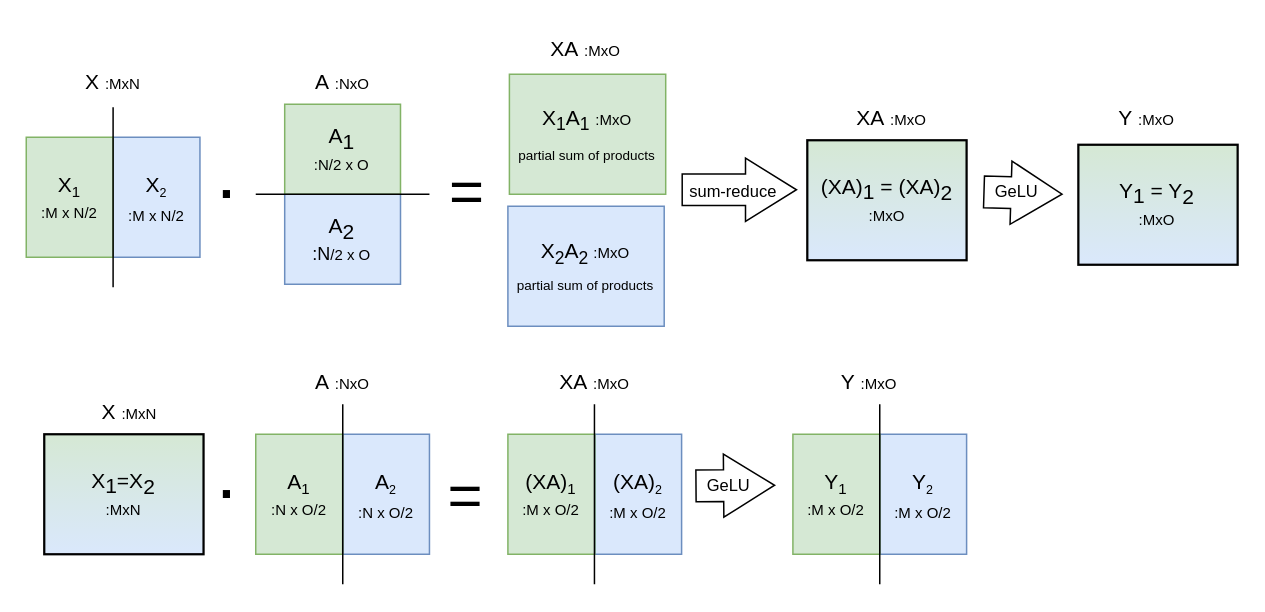
brunomaga/brunomaga.github.io keeps this draw.io diagram as assets/publications/megatron_model_parallel.drawio. Above is the earlier version. Source tidied: cells renumbered, new cells numbered last; positions are measured from the earlier drawing's top-left corner, leaving out a move shared by most shapes. Both pictures are drawn from the tidied source at 150%, with x=0, y=0 at pixel (26, 26).
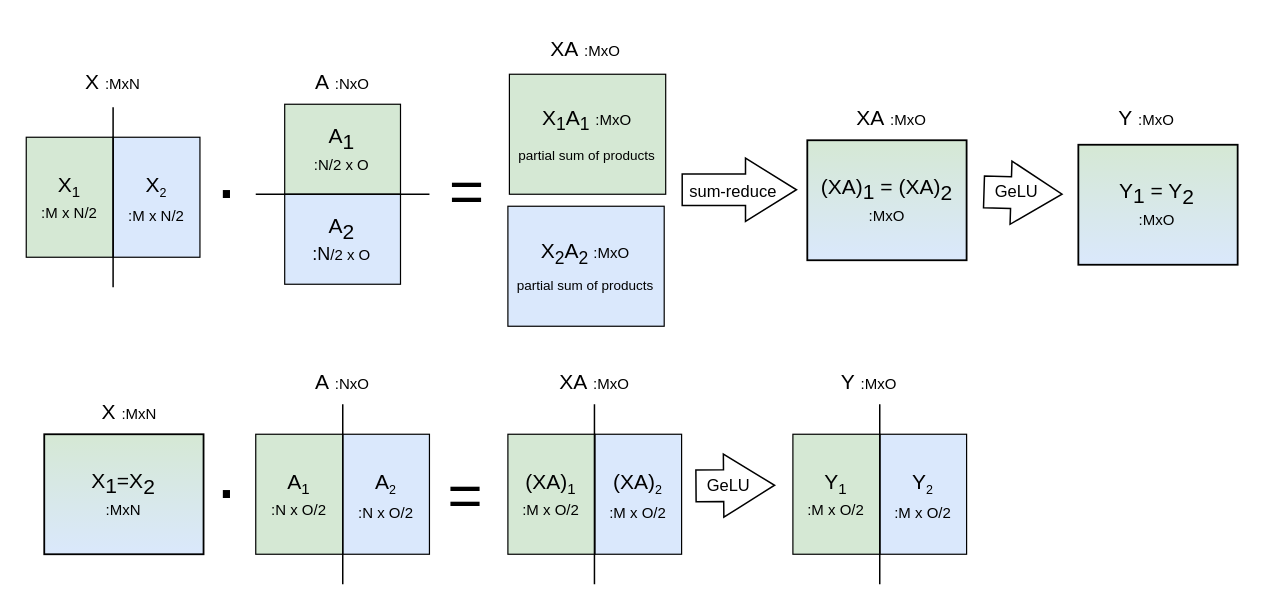
The same diagram, later.

The edit, as a diff of the source:
```diff
@@
-    <mxCell id="2" value="&lt;font style=&quot;border-color: var(--border-color); font-size: 14px;&quot;&gt;A&lt;/font&gt;&lt;sub style=&quot;border-color: var(--border-color);&quot;&gt;&lt;font style=&quot;border-color: var(--border-color);&quot;&gt;&lt;span style=&quot;font-size: 14px;&quot;&gt;2&lt;br&gt;&lt;/span&gt;&lt;/font&gt;&lt;/sub&gt;:N&lt;font style=&quot;border-color: var(--border-color); font-size: 10px;&quot;&gt;/2 x O&lt;/font&gt;" style="rounded=0;whiteSpace=wrap;html=1;fillColor=#dae8fc;strokeColor=#6c8ebf;" parent="1" vertex="1">
+    <mxCell id="2" value="&lt;font style=&quot;border-color: var(--border-color); font-size: 14px;&quot;&gt;A&lt;/font&gt;&lt;sub style=&quot;border-color: var(--border-color);&quot;&gt;&lt;font style=&quot;border-color: var(--border-color);&quot;&gt;&lt;span style=&quot;font-size: 14px;&quot;&gt;2&lt;br&gt;&lt;/span&gt;&lt;/font&gt;&lt;/sub&gt;:N&lt;font style=&quot;border-color: var(--border-color); font-size: 10px;&quot;&gt;/2 x O&lt;/font&gt;" style="rounded=0;whiteSpace=wrap;html=1;fillColor=#dae8fc;strokeColor=#000000;strokeWidth=0.8;" parent="1" vertex="1">
       <mxGeometry x="172.3" y="112" width="77.2" height="60" as="geometry" />
     </mxCell>
-    <mxCell id="3" value="&lt;sub style=&quot;border-color: var(--border-color);&quot;&gt;&lt;font style=&quot;border-color: var(--border-color); font-size: 14px;&quot;&gt;X&lt;/font&gt;&lt;sub style=&quot;border-color: var(--border-color);&quot;&gt;&lt;font style=&quot;border-color: var(--border-color);&quot;&gt;2&lt;br style=&quot;border-color: var(--border-color);&quot;&gt;&lt;/font&gt;&lt;/sub&gt;&lt;font style=&quot;border-color: var(--border-color);&quot;&gt;:M x N/2&lt;/font&gt;&lt;br&gt;&lt;/sub&gt;" style="rounded=0;whiteSpace=wrap;html=1;fillColor=#dae8fc;strokeColor=#6c8ebf;" parent="1" vertex="1">
+    <mxCell id="3" value="&lt;sub style=&quot;border-color: var(--border-color);&quot;&gt;&lt;font style=&quot;border-color: var(--border-color); font-size: 14px;&quot;&gt;X&lt;/font&gt;&lt;sub style=&quot;border-color: var(--border-color);&quot;&gt;&lt;font style=&quot;border-color: var(--border-color);&quot;&gt;2&lt;br style=&quot;border-color: var(--border-color);&quot;&gt;&lt;/font&gt;&lt;/sub&gt;&lt;font style=&quot;border-color: var(--border-color);&quot;&gt;:M x N/2&lt;/font&gt;&lt;br&gt;&lt;/sub&gt;" style="rounded=0;whiteSpace=wrap;html=1;fillColor=#dae8fc;strokeColor=#000000;strokeWidth=0.8;" parent="1" vertex="1">
       <mxGeometry x="57.9" y="74" width="57.9" height="80" as="geometry" />
     </mxCell>
-    <mxCell id="4" value="&lt;font style=&quot;font-size: 14px;&quot;&gt;A&lt;/font&gt;&lt;sub style=&quot;border-color: var(--border-color);&quot;&gt;&lt;font style=&quot;&quot;&gt;&lt;span style=&quot;font-size: 14px;&quot;&gt;1&lt;br&gt;&lt;/span&gt;&lt;/font&gt;&lt;/sub&gt;&lt;font style=&quot;font-size: 10px;&quot;&gt;:N/2 x O&lt;/font&gt;" style="rounded=0;whiteSpace=wrap;html=1;fillColor=#d5e8d4;strokeColor=#82b366;" parent="1" vertex="1">
+    <mxCell id="4" value="&lt;font style=&quot;font-size: 14px;&quot;&gt;A&lt;/font&gt;&lt;sub style=&quot;border-color: var(--border-color);&quot;&gt;&lt;font style=&quot;&quot;&gt;&lt;span style=&quot;font-size: 14px;&quot;&gt;1&lt;br&gt;&lt;/span&gt;&lt;/font&gt;&lt;/sub&gt;&lt;font style=&quot;font-size: 10px;&quot;&gt;:N/2 x O&lt;/font&gt;" style="rounded=0;whiteSpace=wrap;html=1;fillColor=#d5e8d4;strokeColor=#000000;strokeWidth=0.8;" parent="1" vertex="1">
       <mxGeometry x="172.3" y="52" width="77.2" height="60" as="geometry" />
     </mxCell>
@@
-    <mxCell id="6" value="&lt;span style=&quot;border-color: var(--border-color);&quot;&gt;&lt;font style=&quot;border-color: var(--border-color); font-size: 14px;&quot;&gt;X&lt;/font&gt;&lt;sub style=&quot;border-color: var(--border-color);&quot;&gt;&lt;font style=&quot;border-color: var(--border-color);&quot;&gt;1&lt;br style=&quot;border-color: var(--border-color);&quot;&gt;&lt;/font&gt;&lt;/sub&gt;&lt;font style=&quot;border-color: var(--border-color); font-size: 10px;&quot;&gt;:M x N/2&lt;/font&gt;&lt;br&gt;&lt;/span&gt;" style="rounded=0;whiteSpace=wrap;html=1;fillColor=#d5e8d4;strokeColor=#82b366;" parent="1" vertex="1">
+    <mxCell id="6" value="&lt;span style=&quot;border-color: var(--border-color);&quot;&gt;&lt;font style=&quot;border-color: var(--border-color); font-size: 14px;&quot;&gt;X&lt;/font&gt;&lt;sub style=&quot;border-color: var(--border-color);&quot;&gt;&lt;font style=&quot;border-color: var(--border-color);&quot;&gt;1&lt;br style=&quot;border-color: var(--border-color);&quot;&gt;&lt;/font&gt;&lt;/sub&gt;&lt;font style=&quot;border-color: var(--border-color); font-size: 10px;&quot;&gt;:M x N/2&lt;/font&gt;&lt;br&gt;&lt;/span&gt;" style="rounded=0;whiteSpace=wrap;html=1;fillColor=#d5e8d4;strokeColor=#000000;strokeWidth=0.8;" parent="1" vertex="1">
       <mxGeometry y="74" width="57.9" height="80" as="geometry" />
     </mxCell>
@@
-    <mxCell id="10" value="&lt;font style=&quot;font-size: 14px;&quot;&gt;X&lt;sub&gt;1&lt;/sub&gt;A&lt;sub style=&quot;border-color: var(--border-color);&quot;&gt;1&lt;/sub&gt;&lt;/font&gt;&lt;span style=&quot;border-color: var(--border-color); font-size: 14px;&quot;&gt;&lt;font style=&quot;font-size: 14px;&quot;&gt;&amp;nbsp;&lt;font style=&quot;border-color: var(--border-color); font-size: 10px;&quot;&gt;:MxO&lt;/font&gt;&lt;br style=&quot;border-color: var(--border-color);&quot;&gt;&lt;/font&gt;&lt;font style=&quot;vertical-align: sub; font-size: 9px;&quot;&gt;partial sum of products&lt;/font&gt;&lt;/span&gt;" style="rounded=0;whiteSpace=wrap;html=1;fillColor=#d5e8d4;strokeColor=#82b366;" parent="1" vertex="1">
+    <mxCell id="10" value="&lt;font style=&quot;font-size: 14px;&quot;&gt;X&lt;sub&gt;1&lt;/sub&gt;A&lt;sub style=&quot;border-color: var(--border-color);&quot;&gt;1&lt;/sub&gt;&lt;/font&gt;&lt;span style=&quot;border-color: var(--border-color); font-size: 14px;&quot;&gt;&lt;font style=&quot;font-size: 14px;&quot;&gt;&amp;nbsp;&lt;font style=&quot;border-color: var(--border-color); font-size: 10px;&quot;&gt;:MxO&lt;/font&gt;&lt;br style=&quot;border-color: var(--border-color);&quot;&gt;&lt;/font&gt;&lt;font style=&quot;vertical-align: sub; font-size: 9px;&quot;&gt;partial sum of products&lt;/font&gt;&lt;/span&gt;" style="rounded=0;whiteSpace=wrap;html=1;fillColor=#d5e8d4;strokeColor=#000000;strokeWidth=0.8;" parent="1" vertex="1">
       <mxGeometry x="322.1" y="32" width="104.2" height="80" as="geometry" />
     </mxCell>
-    <mxCell id="11" value="&lt;font style=&quot;border-color: var(--border-color); font-size: 14px;&quot;&gt;X&lt;sub&gt;2&lt;/sub&gt;A&lt;sub style=&quot;border-color: var(--border-color);&quot;&gt;2&lt;/sub&gt;&lt;/font&gt;&lt;font style=&quot;border-color: var(--border-color);&quot;&gt;&amp;nbsp;&lt;font style=&quot;border-color: var(--border-color); font-size: 10px;&quot;&gt;:MxO&lt;/font&gt;&lt;br style=&quot;border-color: var(--border-color);&quot;&gt;&lt;/font&gt;&lt;font style=&quot;border-color: var(--border-color); vertical-align: sub; font-size: 9px;&quot;&gt;partial sum of products&lt;/font&gt;" style="rounded=0;whiteSpace=wrap;html=1;fillColor=#dae8fc;strokeColor=#6c8ebf;" parent="1" vertex="1">
+    <mxCell id="11" value="&lt;font style=&quot;border-color: var(--border-color); font-size: 14px;&quot;&gt;X&lt;sub&gt;2&lt;/sub&gt;A&lt;sub style=&quot;border-color: var(--border-color);&quot;&gt;2&lt;/sub&gt;&lt;/font&gt;&lt;font style=&quot;border-color: var(--border-color);&quot;&gt;&amp;nbsp;&lt;font style=&quot;border-color: var(--border-color); font-size: 10px;&quot;&gt;:MxO&lt;/font&gt;&lt;br style=&quot;border-color: var(--border-color);&quot;&gt;&lt;/font&gt;&lt;font style=&quot;border-color: var(--border-color); vertical-align: sub; font-size: 9px;&quot;&gt;partial sum of products&lt;/font&gt;" style="rounded=0;whiteSpace=wrap;html=1;fillColor=#dae8fc;strokeColor=#000000;strokeWidth=0.8;" parent="1" vertex="1">
       <mxGeometry x="321.1" y="120" width="104.2" height="80" as="geometry" />
     </mxCell>
@@
-    <mxCell id="14" value="&lt;font style=&quot;border-color: var(--border-color);&quot;&gt;&lt;span style=&quot;font-size: 14px;&quot;&gt;(XA)&lt;/span&gt;&lt;sub style=&quot;font-size: 14px; border-color: var(--border-color);&quot;&gt;1&amp;nbsp;&lt;/sub&gt;&lt;span style=&quot;font-size: 14px;&quot;&gt;= (XA)&lt;/span&gt;&lt;sub style=&quot;border-color: var(--border-color);&quot;&gt;&lt;span style=&quot;font-size: 14px;&quot;&gt;2&lt;/span&gt;&lt;span style=&quot;font-size: 12px;&quot;&gt;&lt;br&gt;&lt;/span&gt;&lt;/sub&gt;&lt;/font&gt;&lt;font style=&quot;border-color: var(--border-color);&quot;&gt;&lt;font style=&quot;border-color: var(--border-color); font-size: 10px;&quot;&gt;:MxO&lt;/font&gt;&lt;/font&gt;" style="rounded=0;whiteSpace=wrap;html=1;fillColor=#d5e8d4;strokeColor=#000000;gradientColor=#dae8fc;gradientDirection=south;perimeterSpacing=0;strokeWidth=1.5;shadow=0;" parent="1" vertex="1">
+    <mxCell id="14" value="&lt;font style=&quot;border-color: var(--border-color);&quot;&gt;&lt;span style=&quot;font-size: 14px;&quot;&gt;(XA)&lt;/span&gt;&lt;sub style=&quot;font-size: 14px; border-color: var(--border-color);&quot;&gt;1&amp;nbsp;&lt;/sub&gt;&lt;span style=&quot;font-size: 14px;&quot;&gt;= (XA)&lt;/span&gt;&lt;sub style=&quot;border-color: var(--border-color);&quot;&gt;&lt;span style=&quot;font-size: 14px;&quot;&gt;2&lt;/span&gt;&lt;span style=&quot;font-size: 12px;&quot;&gt;&lt;br&gt;&lt;/span&gt;&lt;/sub&gt;&lt;/font&gt;&lt;font style=&quot;border-color: var(--border-color);&quot;&gt;&lt;font style=&quot;border-color: var(--border-color); font-size: 10px;&quot;&gt;:MxO&lt;/font&gt;&lt;/font&gt;" style="rounded=0;whiteSpace=wrap;html=1;fillColor=#d5e8d4;gradientColor=#dae8fc;gradientDirection=south;perimeterSpacing=0;shadow=0;strokeColor=#000000;strokeWidth=1.2;" parent="1" vertex="1">
       <mxGeometry x="520.7" y="76" width="106.2" height="80" as="geometry" />
     </mxCell>
@@
-    <mxCell id="17" value="&lt;font style=&quot;border-color: var(--border-color);&quot;&gt;&lt;span style=&quot;font-size: 14px;&quot;&gt;Y&lt;/span&gt;&lt;sub style=&quot;font-size: 14px; border-color: var(--border-color);&quot;&gt;1&amp;nbsp;&lt;/sub&gt;&lt;span style=&quot;font-size: 14px;&quot;&gt;= Y&lt;/span&gt;&lt;sub style=&quot;border-color: var(--border-color);&quot;&gt;&lt;span style=&quot;font-size: 14px;&quot;&gt;2&lt;/span&gt;&lt;span style=&quot;font-size: 12px;&quot;&gt;&lt;br&gt;&lt;/span&gt;&lt;/sub&gt;&lt;/font&gt;&lt;font style=&quot;border-color: var(--border-color);&quot;&gt;&lt;font style=&quot;border-color: var(--border-color); font-size: 10px;&quot;&gt;:MxO&lt;/font&gt;&lt;/font&gt;" style="rounded=0;whiteSpace=wrap;html=1;fillColor=#d5e8d4;strokeColor=#000000;gradientColor=#dae8fc;perimeterSpacing=0;strokeWidth=1.5;shadow=0;" parent="1" vertex="1">
+    <mxCell id="17" value="&lt;font style=&quot;border-color: var(--border-color);&quot;&gt;&lt;span style=&quot;font-size: 14px;&quot;&gt;Y&lt;/span&gt;&lt;sub style=&quot;font-size: 14px; border-color: var(--border-color);&quot;&gt;1&amp;nbsp;&lt;/sub&gt;&lt;span style=&quot;font-size: 14px;&quot;&gt;= Y&lt;/span&gt;&lt;sub style=&quot;border-color: var(--border-color);&quot;&gt;&lt;span style=&quot;font-size: 14px;&quot;&gt;2&lt;/span&gt;&lt;span style=&quot;font-size: 12px;&quot;&gt;&lt;br&gt;&lt;/span&gt;&lt;/sub&gt;&lt;/font&gt;&lt;font style=&quot;border-color: var(--border-color);&quot;&gt;&lt;font style=&quot;border-color: var(--border-color); font-size: 10px;&quot;&gt;:MxO&lt;/font&gt;&lt;/font&gt;" style="rounded=0;whiteSpace=wrap;html=1;fillColor=#d5e8d4;gradientColor=#dae8fc;perimeterSpacing=0;shadow=0;strokeColor=#000000;strokeWidth=1.2;" parent="1" vertex="1">
       <mxGeometry x="701.4" y="79" width="106.2" height="80" as="geometry" />
     </mxCell>
@@
-    <mxCell id="22" value="&lt;sub style=&quot;border-color: var(--border-color);&quot;&gt;&lt;font style=&quot;border-color: var(--border-color); font-size: 14px;&quot;&gt;A&lt;/font&gt;&lt;sub style=&quot;border-color: var(--border-color);&quot;&gt;&lt;font style=&quot;border-color: var(--border-color);&quot;&gt;2&lt;br style=&quot;border-color: var(--border-color);&quot;&gt;&lt;/font&gt;&lt;/sub&gt;&lt;font style=&quot;border-color: var(--border-color);&quot;&gt;:N x O/2&lt;/font&gt;&lt;br&gt;&lt;/sub&gt;" style="rounded=0;whiteSpace=wrap;html=1;fillColor=#dae8fc;strokeColor=#6c8ebf;" parent="1" vertex="1">
+    <mxCell id="22" value="&lt;sub style=&quot;border-color: var(--border-color);&quot;&gt;&lt;font style=&quot;border-color: var(--border-color); font-size: 14px;&quot;&gt;A&lt;/font&gt;&lt;sub style=&quot;border-color: var(--border-color);&quot;&gt;&lt;font style=&quot;border-color: var(--border-color);&quot;&gt;2&lt;br style=&quot;border-color: var(--border-color);&quot;&gt;&lt;/font&gt;&lt;/sub&gt;&lt;font style=&quot;border-color: var(--border-color);&quot;&gt;:N x O/2&lt;/font&gt;&lt;br&gt;&lt;/sub&gt;" style="rounded=0;whiteSpace=wrap;html=1;fillColor=#dae8fc;strokeColor=#000000;strokeWidth=0.8;" parent="1" vertex="1">
       <mxGeometry x="210.9" y="272" width="57.9" height="80" as="geometry" />
     </mxCell>
-    <mxCell id="23" value="&lt;span style=&quot;border-color: var(--border-color);&quot;&gt;&lt;font style=&quot;border-color: var(--border-color); font-size: 14px;&quot;&gt;A&lt;/font&gt;&lt;sub style=&quot;border-color: var(--border-color);&quot;&gt;&lt;font style=&quot;border-color: var(--border-color);&quot;&gt;1&lt;br style=&quot;border-color: var(--border-color);&quot;&gt;&lt;/font&gt;&lt;/sub&gt;&lt;font style=&quot;border-color: var(--border-color); font-size: 10px;&quot;&gt;:N x O/2&lt;/font&gt;&lt;br&gt;&lt;/span&gt;" style="rounded=0;whiteSpace=wrap;html=1;fillColor=#d5e8d4;strokeColor=#82b366;" parent="1" vertex="1">
+    <mxCell id="23" value="&lt;span style=&quot;border-color: var(--border-color);&quot;&gt;&lt;font style=&quot;border-color: var(--border-color); font-size: 14px;&quot;&gt;A&lt;/font&gt;&lt;sub style=&quot;border-color: var(--border-color);&quot;&gt;&lt;font style=&quot;border-color: var(--border-color);&quot;&gt;1&lt;br style=&quot;border-color: var(--border-color);&quot;&gt;&lt;/font&gt;&lt;/sub&gt;&lt;font style=&quot;border-color: var(--border-color); font-size: 10px;&quot;&gt;:N x O/2&lt;/font&gt;&lt;br&gt;&lt;/span&gt;" style="rounded=0;whiteSpace=wrap;html=1;fillColor=#d5e8d4;strokeColor=#000000;strokeWidth=0.8;" parent="1" vertex="1">
       <mxGeometry x="153" y="272" width="57.9" height="80" as="geometry" />
     </mxCell>
@@
-    <mxCell id="25" value="&lt;font style=&quot;border-color: var(--border-color);&quot;&gt;&lt;span style=&quot;font-size: 14px;&quot;&gt;X&lt;/span&gt;&lt;sub style=&quot;font-size: 14px; border-color: var(--border-color);&quot;&gt;1&lt;/sub&gt;&lt;span style=&quot;font-size: 14px;&quot;&gt;=X&lt;/span&gt;&lt;sub style=&quot;border-color: var(--border-color);&quot;&gt;&lt;span style=&quot;font-size: 14px;&quot;&gt;2&lt;/span&gt;&lt;span style=&quot;font-size: 12px;&quot;&gt;&lt;br&gt;&lt;/span&gt;&lt;/sub&gt;&lt;/font&gt;&lt;font style=&quot;border-color: var(--border-color);&quot;&gt;&lt;font style=&quot;border-color: var(--border-color); font-size: 10px;&quot;&gt;:MxN&lt;/font&gt;&lt;/font&gt;" style="rounded=0;whiteSpace=wrap;html=1;fillColor=#d5e8d4;strokeColor=#000000;gradientColor=#dae8fc;gradientDirection=south;perimeterSpacing=0;strokeWidth=1.5;shadow=0;" parent="1" vertex="1">
+    <mxCell id="25" value="&lt;font style=&quot;border-color: var(--border-color);&quot;&gt;&lt;span style=&quot;font-size: 14px;&quot;&gt;X&lt;/span&gt;&lt;sub style=&quot;font-size: 14px; border-color: var(--border-color);&quot;&gt;1&lt;/sub&gt;&lt;span style=&quot;font-size: 14px;&quot;&gt;=X&lt;/span&gt;&lt;sub style=&quot;border-color: var(--border-color);&quot;&gt;&lt;span style=&quot;font-size: 14px;&quot;&gt;2&lt;/span&gt;&lt;span style=&quot;font-size: 12px;&quot;&gt;&lt;br&gt;&lt;/span&gt;&lt;/sub&gt;&lt;/font&gt;&lt;font style=&quot;border-color: var(--border-color);&quot;&gt;&lt;font style=&quot;border-color: var(--border-color); font-size: 10px;&quot;&gt;:MxN&lt;/font&gt;&lt;/font&gt;" style="rounded=0;whiteSpace=wrap;html=1;fillColor=#d5e8d4;gradientColor=#dae8fc;gradientDirection=south;perimeterSpacing=0;shadow=0;strokeColor=#000000;strokeWidth=1.2;" parent="1" vertex="1">
       <mxGeometry x="12" y="272" width="106.2" height="80" as="geometry" />
     </mxCell>
@@
-    <mxCell id="29" value="&lt;sub style=&quot;border-color: var(--border-color);&quot;&gt;&lt;font style=&quot;border-color: var(--border-color); font-size: 14px;&quot;&gt;(XA)&lt;/font&gt;&lt;sub style=&quot;border-color: var(--border-color);&quot;&gt;&lt;font style=&quot;border-color: var(--border-color);&quot;&gt;2&lt;br style=&quot;border-color: var(--border-color);&quot;&gt;&lt;/font&gt;&lt;/sub&gt;&lt;font style=&quot;border-color: var(--border-color);&quot;&gt;:M x O/2&lt;/font&gt;&lt;br&gt;&lt;/sub&gt;" style="rounded=0;whiteSpace=wrap;html=1;fillColor=#dae8fc;strokeColor=#6c8ebf;" parent="1" vertex="1">
+    <mxCell id="29" value="&lt;sub style=&quot;border-color: var(--border-color);&quot;&gt;&lt;font style=&quot;border-color: var(--border-color); font-size: 14px;&quot;&gt;(XA)&lt;/font&gt;&lt;sub style=&quot;border-color: var(--border-color);&quot;&gt;&lt;font style=&quot;border-color: var(--border-color);&quot;&gt;2&lt;br style=&quot;border-color: var(--border-color);&quot;&gt;&lt;/font&gt;&lt;/sub&gt;&lt;font style=&quot;border-color: var(--border-color);&quot;&gt;:M x O/2&lt;/font&gt;&lt;br&gt;&lt;/sub&gt;" style="rounded=0;whiteSpace=wrap;html=1;fillColor=#dae8fc;strokeColor=#000000;strokeWidth=0.8;" parent="1" vertex="1">
       <mxGeometry x="379" y="272" width="57.9" height="80" as="geometry" />
     </mxCell>
-    <mxCell id="30" value="&lt;span style=&quot;border-color: var(--border-color);&quot;&gt;&lt;font style=&quot;border-color: var(--border-color); font-size: 14px;&quot;&gt;(XA)&lt;/font&gt;&lt;sub style=&quot;border-color: var(--border-color);&quot;&gt;&lt;font style=&quot;border-color: var(--border-color);&quot;&gt;1&lt;br style=&quot;border-color: var(--border-color);&quot;&gt;&lt;/font&gt;&lt;/sub&gt;&lt;font style=&quot;border-color: var(--border-color); font-size: 10px;&quot;&gt;:M x O/2&lt;/font&gt;&lt;br&gt;&lt;/span&gt;" style="rounded=0;whiteSpace=wrap;html=1;fillColor=#d5e8d4;strokeColor=#82b366;" parent="1" vertex="1">
+    <mxCell id="30" value="&lt;span style=&quot;border-color: var(--border-color);&quot;&gt;&lt;font style=&quot;border-color: var(--border-color); font-size: 14px;&quot;&gt;(XA)&lt;/font&gt;&lt;sub style=&quot;border-color: var(--border-color);&quot;&gt;&lt;font style=&quot;border-color: var(--border-color);&quot;&gt;1&lt;br style=&quot;border-color: var(--border-color);&quot;&gt;&lt;/font&gt;&lt;/sub&gt;&lt;font style=&quot;border-color: var(--border-color); font-size: 10px;&quot;&gt;:M x O/2&lt;/font&gt;&lt;br&gt;&lt;/span&gt;" style="rounded=0;whiteSpace=wrap;html=1;fillColor=#d5e8d4;strokeColor=#000000;strokeWidth=0.8;" parent="1" vertex="1">
       <mxGeometry x="321.1" y="272" width="57.9" height="80" as="geometry" />
     </mxCell>
@@
-    <mxCell id="35" value="&lt;sub style=&quot;border-color: var(--border-color);&quot;&gt;&lt;font style=&quot;border-color: var(--border-color); font-size: 14px;&quot;&gt;Y&lt;/font&gt;&lt;sub style=&quot;border-color: var(--border-color);&quot;&gt;&lt;font style=&quot;border-color: var(--border-color);&quot;&gt;2&lt;br style=&quot;border-color: var(--border-color);&quot;&gt;&lt;/font&gt;&lt;/sub&gt;&lt;font style=&quot;border-color: var(--border-color);&quot;&gt;:M x O/2&lt;/font&gt;&lt;br&gt;&lt;/sub&gt;" style="rounded=0;whiteSpace=wrap;html=1;fillColor=#dae8fc;strokeColor=#6c8ebf;" parent="1" vertex="1">
+    <mxCell id="35" value="&lt;sub style=&quot;border-color: var(--border-color);&quot;&gt;&lt;font style=&quot;border-color: var(--border-color); font-size: 14px;&quot;&gt;Y&lt;/font&gt;&lt;sub style=&quot;border-color: var(--border-color);&quot;&gt;&lt;font style=&quot;border-color: var(--border-color);&quot;&gt;2&lt;br style=&quot;border-color: var(--border-color);&quot;&gt;&lt;/font&gt;&lt;/sub&gt;&lt;font style=&quot;border-color: var(--border-color);&quot;&gt;:M x O/2&lt;/font&gt;&lt;br&gt;&lt;/sub&gt;" style="rounded=0;whiteSpace=wrap;html=1;fillColor=#dae8fc;strokeColor=#000000;strokeWidth=0.8;" parent="1" vertex="1">
       <mxGeometry x="569" y="272" width="57.9" height="80" as="geometry" />
     </mxCell>
-    <mxCell id="36" value="&lt;span style=&quot;border-color: var(--border-color);&quot;&gt;&lt;font style=&quot;border-color: var(--border-color); font-size: 14px;&quot;&gt;Y&lt;/font&gt;&lt;sub style=&quot;border-color: var(--border-color);&quot;&gt;&lt;font style=&quot;border-color: var(--border-color);&quot;&gt;1&lt;br style=&quot;border-color: var(--border-color);&quot;&gt;&lt;/font&gt;&lt;/sub&gt;&lt;font style=&quot;border-color: var(--border-color); font-size: 10px;&quot;&gt;:M x O/2&lt;/font&gt;&lt;br&gt;&lt;/span&gt;" style="rounded=0;whiteSpace=wrap;html=1;fillColor=#d5e8d4;strokeColor=#82b366;" parent="1" vertex="1">
+    <mxCell id="36" value="&lt;span style=&quot;border-color: var(--border-color);&quot;&gt;&lt;font style=&quot;border-color: var(--border-color); font-size: 14px;&quot;&gt;Y&lt;/font&gt;&lt;sub style=&quot;border-color: var(--border-color);&quot;&gt;&lt;font style=&quot;border-color: var(--border-color);&quot;&gt;1&lt;br style=&quot;border-color: var(--border-color);&quot;&gt;&lt;/font&gt;&lt;/sub&gt;&lt;font style=&quot;border-color: var(--border-color); font-size: 10px;&quot;&gt;:M x O/2&lt;/font&gt;&lt;br&gt;&lt;/span&gt;" style="rounded=0;whiteSpace=wrap;html=1;fillColor=#d5e8d4;strokeColor=#000000;strokeWidth=0.8;" parent="1" vertex="1">
       <mxGeometry x="511.1" y="272" width="57.9" height="80" as="geometry" />
     </mxCell>
```
